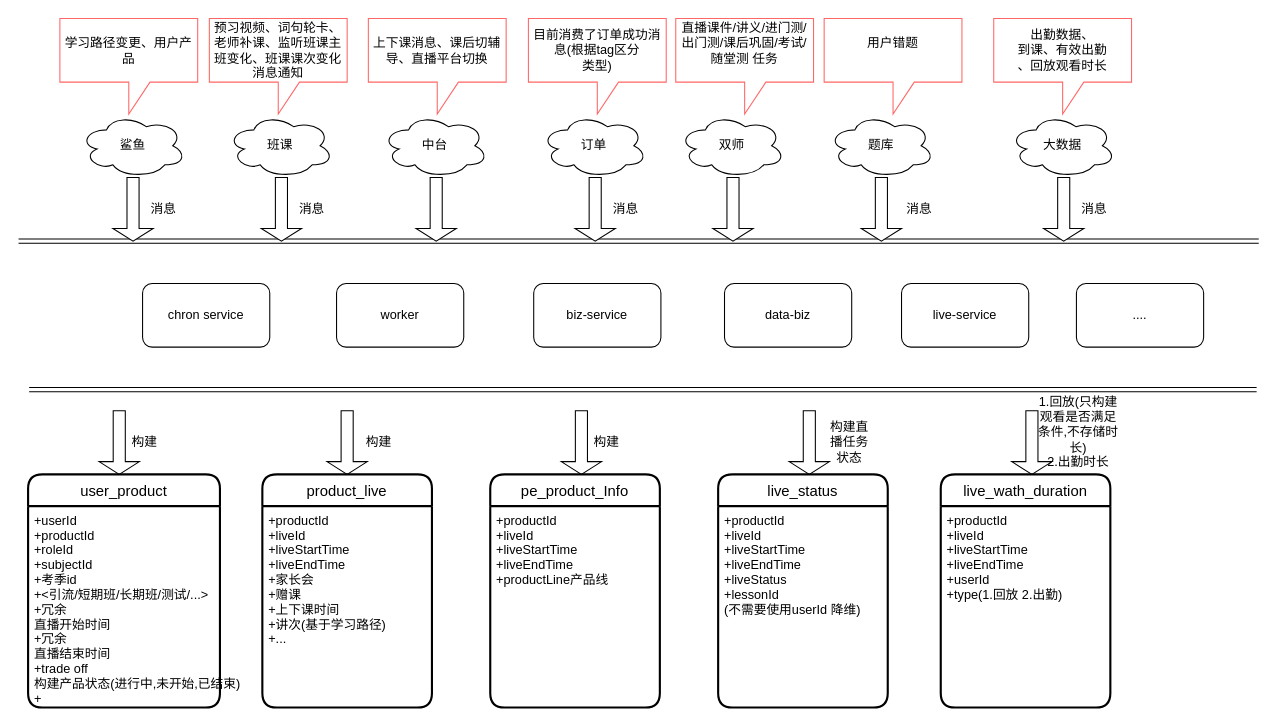
Earlier version of the draw.io diagram Untitled Diagram.drawio (748349009/articles). Source tidied: cells renumbered, new cells numbered last; positions are measured from the earlier drawing's top-left corner, leaving out a move shared by most shapes. Both pictures are drawn from the tidied source at 106%, with x=0, y=0 at pixel (18, 18).
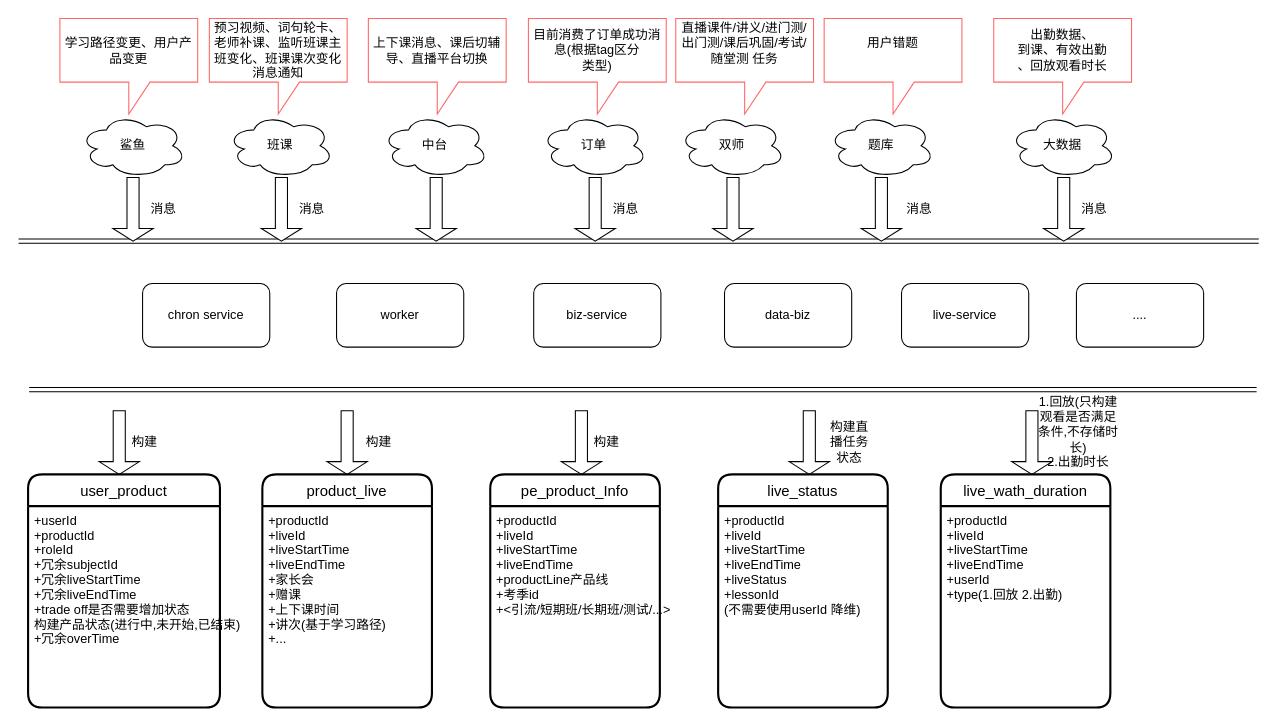
The same diagram, later.

Unchanged cells that the change refers to:
```xml
<mxCell id="31" value="user_product" style="swimlane;horizontal=1;startSize=30;rounded=1;fontSize=14;fontStyle=0;strokeWidth=2;shadow=0;dashed=0;align=center;" parent="1" vertex="1">
  <mxGeometry x="9" y="430" width="181" height="220" as="geometry" />
</mxCell>
<mxCell id="37" value="pe_product_Info" style="swimlane;horizontal=1;startSize=30;rounded=1;fontSize=14;fontStyle=0;strokeWidth=2;shadow=0;dashed=0;align=center;" parent="1" vertex="1">
  <mxGeometry x="445" y="430" width="160" height="220" as="geometry" />
</mxCell>
```

The edit, as a diff of the source:
```diff
@@
-    <mxCell id="32" value="+userId&#10;+productId&#10;+roleId&#10;+subjectId&#10;+考季id&#10;+&lt;引流/短期班/长期班/测试/...&gt;&#10;+冗余&#10;直播开始时间&#10;+冗余&#10;直播结束时间&#10;+trade off&#10;构建产品状态(进行中,未开始,已结束)&#10;+" style="align=left;strokeColor=none;fillColor=none;spacingLeft=4;fontSize=12;verticalAlign=top;" parent="31" vertex="1">
+    <mxCell id="32" value="+userId&#10;+productId&#10;+roleId&#10;+冗余subjectId&#10;+冗余liveStartTime&#10;+冗余liveEndTime&#10;+trade off是否需要增加状态&#10;构建产品状态(进行中,未开始,已结束)&#10;+冗余overTime" style="align=left;strokeColor=none;fillColor=none;spacingLeft=4;fontSize=12;verticalAlign=top;" parent="31" vertex="1">
       <mxGeometry y="30" width="181" height="190" as="geometry" />
     </mxCell>
@@
-    <mxCell id="38" value="+productId&#10;+liveId&#10;+liveStartTime&#10;+liveEndTime&#10;+productLine产品线" style="align=left;strokeColor=none;fillColor=none;spacingLeft=4;fontSize=12;verticalAlign=top;" parent="37" vertex="1">
+    <mxCell id="38" value="+productId&#10;+liveId&#10;+liveStartTime&#10;+liveEndTime&#10;+productLine产品线&#10;+考季id&#10;+&lt;引流/短期班/长期班/测试/...&gt;&#10;" style="align=left;strokeColor=none;fillColor=none;spacingLeft=4;fontSize=12;verticalAlign=top;" parent="37" vertex="1">
       <mxGeometry y="30" width="160" height="190" as="geometry" />
     </mxCell>
@@
-    <mxCell id="47" value="学习路径变更、用户产品" style="shape=callout;whiteSpace=wrap;html=1;perimeter=calloutPerimeter;strokeColor=#FF6666;" parent="1" vertex="1">
+    <mxCell id="47" value="学习路径变更、用户产品变更" style="shape=callout;whiteSpace=wrap;html=1;perimeter=calloutPerimeter;strokeColor=#FF6666;" parent="1" vertex="1">
       <mxGeometry x="39" width="130" height="90" as="geometry" />
     </mxCell>
```
